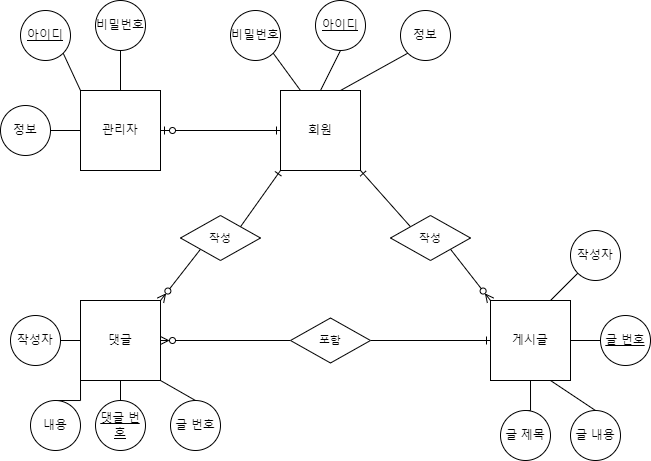
This is erd/practice.drawio.png from changsoon123/sql, a draw.io export, as it was before one commit. Source tidied: cells renumbered, new cells last; positions are measured from the earlier drawing's top-left corner, leaving out a move shared by most shapes. Its diagram source:
```xml
<mxGraphModel>
  <root>
    <mxCell id="0" />
    <mxCell id="1" parent="0" />
    <mxCell id="2" value="회원" style="whiteSpace=wrap;html=1;" parent="1" vertex="1">
      <mxGeometry x="280" y="90" width="80" height="80" as="geometry" />
    </mxCell>
    <mxCell id="3" value="댓글" style="whiteSpace=wrap;html=1;" parent="1" vertex="1">
      <mxGeometry x="80" y="300" width="80" height="80" as="geometry" />
    </mxCell>
    <mxCell id="4" style="edgeStyle=none;shape=connector;rounded=0;jettySize=auto;html=1;exitX=0;exitY=0;exitDx=0;exitDy=0;entryX=1;entryY=1;entryDx=0;entryDy=0;labelBackgroundColor=default;strokeColor=default;fontFamily=Helvetica;fontSize=11;fontColor=default;endArrow=none;endFill=0;startArrow=ERzeroToMany;startFill=0;" parent="1" edge="1" source="5" target="29">
      <mxGeometry relative="1" as="geometry" />
    </mxCell>
    <mxCell id="5" value="게시글" style="whiteSpace=wrap;html=1;" parent="1" vertex="1">
      <mxGeometry x="490" y="300" width="80" height="80" as="geometry" />
    </mxCell>
    <mxCell id="6" style="rounded=0;jettySize=auto;html=1;exitX=0.5;exitY=1;exitDx=0;exitDy=0;entryX=0.5;entryY=0;entryDx=0;entryDy=0;strokeWidth=1;endArrow=none;endFill=0;" parent="1" edge="1" source="7" target="2">
      <mxGeometry relative="1" as="geometry" />
    </mxCell>
    <mxCell id="7" value="&lt;u&gt;아이디&lt;/u&gt;" style="ellipse;whiteSpace=wrap;html=1;" parent="1" vertex="1">
      <mxGeometry x="315" width="50" height="50" as="geometry" />
    </mxCell>
    <mxCell id="8" style="rounded=0;jettySize=auto;html=1;exitX=0;exitY=1;exitDx=0;exitDy=0;entryX=0.75;entryY=0;entryDx=0;entryDy=0;endArrow=none;endFill=0;" parent="1" edge="1" source="9" target="5">
      <mxGeometry relative="1" as="geometry" />
    </mxCell>
    <mxCell id="9" value="작성자" style="ellipse;whiteSpace=wrap;html=1;" parent="1" vertex="1">
      <mxGeometry x="570" y="230" width="50" height="50" as="geometry" />
    </mxCell>
    <mxCell id="10" style="rounded=0;jettySize=auto;html=1;exitX=0;exitY=0.5;exitDx=0;exitDy=0;entryX=1;entryY=0.5;entryDx=0;entryDy=0;endArrow=none;endFill=0;" parent="1" edge="1" source="11" target="5">
      <mxGeometry relative="1" as="geometry" />
    </mxCell>
    <mxCell id="11" value="&lt;u&gt;글 번호&lt;/u&gt;" style="ellipse;whiteSpace=wrap;html=1;" parent="1" vertex="1">
      <mxGeometry x="600" y="315" width="50" height="50" as="geometry" />
    </mxCell>
    <mxCell id="12" style="rounded=0;jettySize=auto;html=1;exitX=1;exitY=1;exitDx=0;exitDy=0;entryX=0.25;entryY=0;entryDx=0;entryDy=0;endArrow=none;endFill=0;" parent="1" edge="1" source="13" target="2">
      <mxGeometry relative="1" as="geometry" />
    </mxCell>
    <mxCell id="13" value="비밀번호" style="ellipse;whiteSpace=wrap;html=1;" parent="1" vertex="1">
      <mxGeometry x="230" y="10" width="50" height="50" as="geometry" />
    </mxCell>
    <mxCell id="14" style="rounded=0;jettySize=auto;html=1;exitX=0;exitY=1;exitDx=0;exitDy=0;entryX=0.75;entryY=0;entryDx=0;entryDy=0;endArrow=none;endFill=0;" parent="1" edge="1" source="15" target="2">
      <mxGeometry relative="1" as="geometry" />
    </mxCell>
    <mxCell id="15" value="정보" style="ellipse;whiteSpace=wrap;html=1;" parent="1" vertex="1">
      <mxGeometry x="400" y="10" width="50" height="50" as="geometry" />
    </mxCell>
    <mxCell id="16" style="rounded=0;jettySize=auto;html=1;exitX=0.5;exitY=0;exitDx=0;exitDy=0;entryX=0.75;entryY=1;entryDx=0;entryDy=0;endArrow=none;endFill=0;" parent="1" edge="1" source="17" target="5">
      <mxGeometry relative="1" as="geometry" />
    </mxCell>
    <mxCell id="17" value="글 내용" style="ellipse;whiteSpace=wrap;html=1;" parent="1" vertex="1">
      <mxGeometry x="570" y="410" width="50" height="50" as="geometry" />
    </mxCell>
    <mxCell id="18" style="edgeStyle=orthogonalEdgeStyle;rounded=0;jettySize=auto;html=1;exitX=0.5;exitY=0;exitDx=0;exitDy=0;entryX=0.5;entryY=1;entryDx=0;entryDy=0;endArrow=none;endFill=0;" parent="1" edge="1" source="19" target="5">
      <mxGeometry relative="1" as="geometry" />
    </mxCell>
    <mxCell id="19" value="글 제목" style="ellipse;whiteSpace=wrap;html=1;" parent="1" vertex="1">
      <mxGeometry x="500" y="410" width="50" height="50" as="geometry" />
    </mxCell>
    <mxCell id="20" style="edgeStyle=orthogonalEdgeStyle;rounded=0;jettySize=auto;html=1;exitX=0.5;exitY=0;exitDx=0;exitDy=0;entryX=0;entryY=1;entryDx=0;entryDy=0;endArrow=none;endFill=0;" parent="1" edge="1" source="21" target="3">
      <mxGeometry relative="1" as="geometry" />
    </mxCell>
    <mxCell id="21" value="내용" style="ellipse;whiteSpace=wrap;html=1;" parent="1" vertex="1">
      <mxGeometry x="30" y="400" width="50" height="50" as="geometry" />
    </mxCell>
    <mxCell id="22" style="edgeStyle=orthogonalEdgeStyle;rounded=0;jettySize=auto;html=1;exitX=1;exitY=0.5;exitDx=0;exitDy=0;entryX=0;entryY=0.5;entryDx=0;entryDy=0;endArrow=none;endFill=0;" parent="1" edge="1" source="23" target="3">
      <mxGeometry relative="1" as="geometry" />
    </mxCell>
    <mxCell id="23" value="작성자" style="ellipse;whiteSpace=wrap;html=1;" parent="1" vertex="1">
      <mxGeometry x="10" y="315" width="50" height="50" as="geometry" />
    </mxCell>
    <mxCell id="24" style="edgeStyle=orthogonalEdgeStyle;rounded=0;jettySize=auto;html=1;exitX=0.5;exitY=0;exitDx=0;exitDy=0;entryX=0.5;entryY=1;entryDx=0;entryDy=0;endArrow=none;endFill=0;" parent="1" edge="1" source="25" target="3">
      <mxGeometry relative="1" as="geometry" />
    </mxCell>
    <mxCell id="25" value="&lt;u&gt;댓글 번호&lt;/u&gt;" style="ellipse;whiteSpace=wrap;html=1;" parent="1" vertex="1">
      <mxGeometry x="95" y="400" width="50" height="50" as="geometry" />
    </mxCell>
    <mxCell id="26" style="rounded=0;jettySize=auto;html=1;exitX=0.5;exitY=0;exitDx=0;exitDy=0;entryX=1;entryY=1;entryDx=0;entryDy=0;endArrow=none;endFill=0;" parent="1" edge="1" source="27" target="3">
      <mxGeometry relative="1" as="geometry" />
    </mxCell>
    <mxCell id="27" value="글 번호" style="ellipse;whiteSpace=wrap;html=1;" parent="1" vertex="1">
      <mxGeometry x="170" y="400" width="50" height="50" as="geometry" />
    </mxCell>
    <mxCell id="28" style="edgeStyle=none;shape=connector;rounded=0;jettySize=auto;html=1;exitX=0;exitY=0;exitDx=0;exitDy=0;entryX=1;entryY=1;entryDx=0;entryDy=0;labelBackgroundColor=default;strokeColor=default;fontFamily=Helvetica;fontSize=11;fontColor=default;endArrow=ERone;endFill=0;startArrow=none;startFill=0;" parent="1" edge="1" source="29" target="2">
      <mxGeometry relative="1" as="geometry" />
    </mxCell>
    <mxCell id="29" value="작성" style="rhombus;whiteSpace=wrap;html=1;fontFamily=Helvetica;fontSize=11;fontColor=default;" parent="1" vertex="1">
      <mxGeometry x="390" y="215" width="80" height="45" as="geometry" />
    </mxCell>
    <mxCell id="30" style="edgeStyle=none;shape=connector;rounded=0;jettySize=auto;html=1;exitX=0;exitY=0.5;exitDx=0;exitDy=0;entryX=1;entryY=0.5;entryDx=0;entryDy=0;labelBackgroundColor=default;strokeColor=default;fontFamily=Helvetica;fontSize=11;fontColor=default;endArrow=ERzeroToMany;endFill=0;startArrow=none;startFill=0;" parent="1" edge="1" source="32" target="3">
      <mxGeometry relative="1" as="geometry" />
    </mxCell>
    <mxCell id="31" style="edgeStyle=none;shape=connector;rounded=0;jettySize=auto;html=1;exitX=1;exitY=0.5;exitDx=0;exitDy=0;entryX=0;entryY=0.5;entryDx=0;entryDy=0;labelBackgroundColor=default;strokeColor=default;fontFamily=Helvetica;fontSize=11;fontColor=default;endArrow=ERone;endFill=0;" parent="1" edge="1" source="32" target="5">
      <mxGeometry relative="1" as="geometry" />
    </mxCell>
    <mxCell id="32" value="포함" style="rhombus;whiteSpace=wrap;html=1;fontFamily=Helvetica;fontSize=11;fontColor=default;" parent="1" vertex="1">
      <mxGeometry x="290" y="317.5" width="80" height="45" as="geometry" />
    </mxCell>
    <mxCell id="33" style="edgeStyle=none;shape=connector;rounded=0;jettySize=auto;html=1;exitX=1;exitY=0;exitDx=0;exitDy=0;entryX=0;entryY=1;entryDx=0;entryDy=0;labelBackgroundColor=default;strokeColor=default;fontFamily=Helvetica;fontSize=11;fontColor=default;endArrow=ERone;endFill=0;startArrow=none;startFill=0;" parent="1" edge="1" source="35" target="2">
      <mxGeometry relative="1" as="geometry" />
    </mxCell>
    <mxCell id="34" style="edgeStyle=none;shape=connector;rounded=0;jettySize=auto;html=1;exitX=0;exitY=1;exitDx=0;exitDy=0;entryX=1;entryY=0;entryDx=0;entryDy=0;labelBackgroundColor=default;strokeColor=default;fontFamily=Helvetica;fontSize=11;fontColor=default;endArrow=ERzeroToMany;endFill=0;startArrow=none;startFill=0;" parent="1" edge="1" source="35" target="3">
      <mxGeometry relative="1" as="geometry" />
    </mxCell>
    <mxCell id="35" value="작성" style="rhombus;whiteSpace=wrap;html=1;fontFamily=Helvetica;fontSize=11;fontColor=default;" parent="1" vertex="1">
      <mxGeometry x="180" y="215" width="80" height="45" as="geometry" />
    </mxCell>
    <mxCell id="36" style="edgeStyle=none;shape=connector;rounded=0;jettySize=auto;html=1;exitX=1;exitY=0.5;exitDx=0;exitDy=0;entryX=0;entryY=0.5;entryDx=0;entryDy=0;labelBackgroundColor=default;strokeColor=default;fontFamily=Helvetica;fontSize=11;fontColor=default;endArrow=ERone;endFill=0;startArrow=ERzeroToOne;startFill=0;" parent="1" edge="1" source="37" target="2">
      <mxGeometry relative="1" as="geometry" />
    </mxCell>
    <mxCell id="37" value="관리자" style="whiteSpace=wrap;html=1;" parent="1" vertex="1">
      <mxGeometry x="80" y="90" width="80" height="80" as="geometry" />
    </mxCell>
    <mxCell id="38" style="edgeStyle=none;shape=connector;rounded=0;jettySize=auto;html=1;exitX=0.5;exitY=1;exitDx=0;exitDy=0;entryX=0.5;entryY=0;entryDx=0;entryDy=0;labelBackgroundColor=default;strokeColor=default;fontFamily=Helvetica;fontSize=11;fontColor=default;endArrow=none;endFill=0;" parent="1" edge="1" source="39" target="37">
      <mxGeometry relative="1" as="geometry" />
    </mxCell>
    <mxCell id="39" value="비밀번호" style="ellipse;whiteSpace=wrap;html=1;" parent="1" vertex="1">
      <mxGeometry x="95" width="50" height="50" as="geometry" />
    </mxCell>
    <mxCell id="40" style="edgeStyle=none;shape=connector;rounded=0;jettySize=auto;html=1;exitX=1;exitY=1;exitDx=0;exitDy=0;entryX=0;entryY=0;entryDx=0;entryDy=0;labelBackgroundColor=default;strokeColor=default;fontFamily=Helvetica;fontSize=11;fontColor=default;endArrow=none;endFill=0;" parent="1" edge="1" source="41" target="37">
      <mxGeometry relative="1" as="geometry" />
    </mxCell>
    <mxCell id="41" value="&lt;u&gt;아이디&lt;/u&gt;" style="ellipse;whiteSpace=wrap;html=1;" parent="1" vertex="1">
      <mxGeometry x="20" y="10" width="50" height="50" as="geometry" />
    </mxCell>
    <mxCell id="42" style="edgeStyle=none;shape=connector;rounded=0;jettySize=auto;html=1;exitX=1;exitY=0.5;exitDx=0;exitDy=0;entryX=0;entryY=0.5;entryDx=0;entryDy=0;labelBackgroundColor=default;strokeColor=default;fontFamily=Helvetica;fontSize=11;fontColor=default;endArrow=none;endFill=0;" parent="1" edge="1" source="43" target="37">
      <mxGeometry relative="1" as="geometry" />
    </mxCell>
    <mxCell id="43" value="정보" style="ellipse;whiteSpace=wrap;html=1;" parent="1" vertex="1">
      <mxGeometry y="105" width="50" height="50" as="geometry" />
    </mxCell>
  </root>
</mxGraphModel>
```
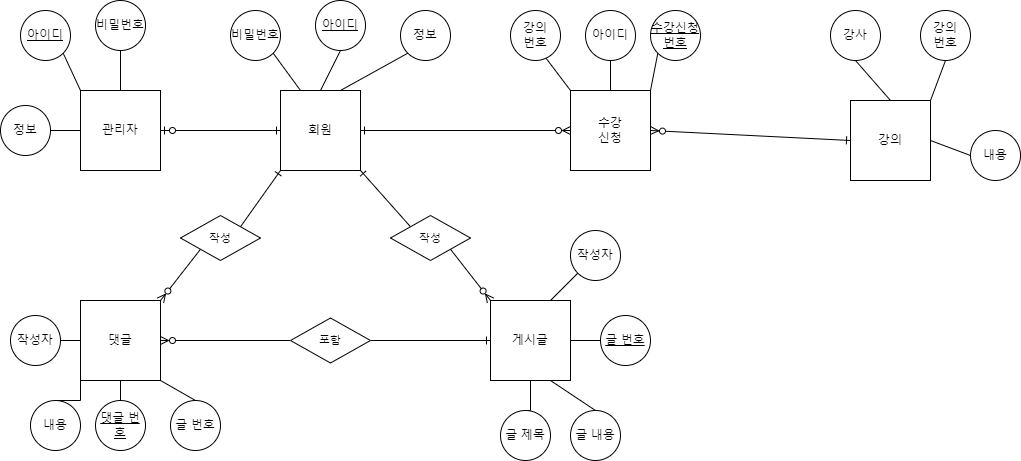
After the commit.

Change to the diagram source:
```diff
@@ -2,6 +2,9 @@
   <root>
     <mxCell id="0" />
     <mxCell id="1" parent="0" />
+    <mxCell id="44" style="edgeStyle=none;shape=connector;rounded=0;jettySize=auto;html=1;exitX=1;exitY=0.5;exitDx=0;exitDy=0;entryX=0;entryY=0.5;entryDx=0;entryDy=0;labelBackgroundColor=default;strokeColor=default;fontFamily=Helvetica;fontSize=11;fontColor=default;endArrow=ERzeroToMany;endFill=0;startArrow=ERone;startFill=0;" parent="1" edge="1" source="2" target="54">
+      <mxGeometry relative="1" as="geometry" />
+    </mxCell>
     <mxCell id="2" value="회원" style="whiteSpace=wrap;html=1;" parent="1" vertex="1">
       <mxGeometry x="280" y="90" width="80" height="80" as="geometry" />
     </mxCell>
@@ -128,5 +131,50 @@
     <mxCell id="43" value="정보" style="ellipse;whiteSpace=wrap;html=1;" parent="1" vertex="1">
       <mxGeometry y="105" width="50" height="50" as="geometry" />
     </mxCell>
+    <mxCell id="45" style="edgeStyle=none;shape=connector;rounded=0;jettySize=auto;html=1;exitX=0;exitY=0.5;exitDx=0;exitDy=0;entryX=1;entryY=0.5;entryDx=0;entryDy=0;labelBackgroundColor=default;strokeColor=default;fontFamily=Helvetica;fontSize=11;fontColor=default;endArrow=ERzeroToMany;endFill=0;startArrow=ERone;startFill=0;" parent="1" edge="1" source="46" target="54">
+      <mxGeometry relative="1" as="geometry" />
+    </mxCell>
+    <mxCell id="46" value="강의" style="whiteSpace=wrap;html=1;" parent="1" vertex="1">
+      <mxGeometry x="850" y="100" width="80" height="80" as="geometry" />
+    </mxCell>
+    <mxCell id="47" style="edgeStyle=none;shape=connector;rounded=0;jettySize=auto;html=1;exitX=0.5;exitY=1;exitDx=0;exitDy=0;entryX=0.5;entryY=0;entryDx=0;entryDy=0;labelBackgroundColor=default;strokeColor=default;fontFamily=Helvetica;fontSize=11;fontColor=default;endArrow=none;endFill=0;" parent="1" edge="1" source="48" target="46">
+      <mxGeometry relative="1" as="geometry" />
+    </mxCell>
+    <mxCell id="48" value="강사" style="ellipse;whiteSpace=wrap;html=1;" parent="1" vertex="1">
+      <mxGeometry x="830" y="10" width="50" height="50" as="geometry" />
+    </mxCell>
+    <mxCell id="49" style="edgeStyle=none;shape=connector;rounded=0;jettySize=auto;html=1;exitX=0.5;exitY=1;exitDx=0;exitDy=0;entryX=1;entryY=0;entryDx=0;entryDy=0;labelBackgroundColor=default;strokeColor=default;fontFamily=Helvetica;fontSize=11;fontColor=default;endArrow=none;endFill=0;" parent="1" edge="1" source="50" target="46">
+      <mxGeometry relative="1" as="geometry" />
+    </mxCell>
+    <mxCell id="50" value="강의&lt;br&gt;번호" style="ellipse;whiteSpace=wrap;html=1;" parent="1" vertex="1">
+      <mxGeometry x="920" y="10" width="50" height="50" as="geometry" />
+    </mxCell>
+    <mxCell id="51" style="edgeStyle=none;shape=connector;rounded=0;jettySize=auto;html=1;exitX=0;exitY=0.5;exitDx=0;exitDy=0;entryX=1;entryY=0.5;entryDx=0;entryDy=0;labelBackgroundColor=default;strokeColor=default;fontFamily=Helvetica;fontSize=11;fontColor=default;endArrow=none;endFill=0;" parent="1" edge="1" source="52" target="46">
+      <mxGeometry relative="1" as="geometry" />
+    </mxCell>
+    <mxCell id="52" value="내용" style="ellipse;whiteSpace=wrap;html=1;" parent="1" vertex="1">
+      <mxGeometry x="970" y="130" width="50" height="50" as="geometry" />
+    </mxCell>
+    <mxCell id="53" style="edgeStyle=none;shape=connector;rounded=0;jettySize=auto;html=1;exitX=0;exitY=0;exitDx=0;exitDy=0;entryX=0.7;entryY=0.94;entryDx=0;entryDy=0;entryPerimeter=0;labelBackgroundColor=default;strokeColor=default;fontFamily=Helvetica;fontSize=11;fontColor=default;endArrow=none;endFill=0;" parent="1" edge="1" source="54" target="55">
+      <mxGeometry relative="1" as="geometry" />
+    </mxCell>
+    <mxCell id="54" value="수강&lt;br&gt;신청" style="whiteSpace=wrap;html=1;" parent="1" vertex="1">
+      <mxGeometry x="570" y="90" width="80" height="80" as="geometry" />
+    </mxCell>
+    <mxCell id="55" value="강의&lt;br&gt;번호" style="ellipse;whiteSpace=wrap;html=1;" parent="1" vertex="1">
+      <mxGeometry x="510" y="10" width="50" height="50" as="geometry" />
+    </mxCell>
+    <mxCell id="56" style="edgeStyle=none;shape=connector;rounded=0;jettySize=auto;html=1;exitX=0.5;exitY=1;exitDx=0;exitDy=0;entryX=0.5;entryY=0;entryDx=0;entryDy=0;labelBackgroundColor=default;strokeColor=default;fontFamily=Helvetica;fontSize=11;fontColor=default;endArrow=none;endFill=0;" parent="1" edge="1" source="57" target="54">
+      <mxGeometry relative="1" as="geometry" />
+    </mxCell>
+    <mxCell id="57" value="아이디" style="ellipse;whiteSpace=wrap;html=1;" parent="1" vertex="1">
+      <mxGeometry x="585" y="10" width="50" height="50" as="geometry" />
+    </mxCell>
+    <mxCell id="58" style="edgeStyle=none;shape=connector;rounded=0;jettySize=auto;html=1;exitX=0;exitY=1;exitDx=0;exitDy=0;entryX=1;entryY=0;entryDx=0;entryDy=0;labelBackgroundColor=default;strokeColor=default;fontFamily=Helvetica;fontSize=11;fontColor=default;endArrow=none;endFill=0;" parent="1" edge="1" source="59" target="54">
+      <mxGeometry relative="1" as="geometry" />
+    </mxCell>
+    <mxCell id="59" value="&lt;u&gt;수강신청&lt;br&gt;번호&lt;/u&gt;" style="ellipse;whiteSpace=wrap;html=1;" parent="1" vertex="1">
+      <mxGeometry x="650" y="10" width="50" height="50" as="geometry" />
+    </mxCell>
   </root>
 </mxGraphModel>
```
